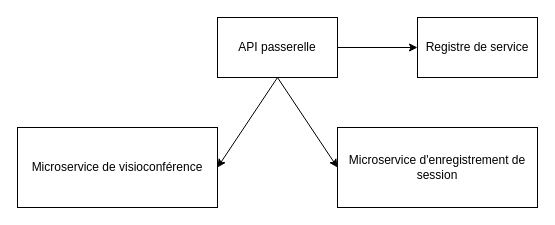
The draw.io diagram AplicativeArchitecture.drawio in cjour/audit_logistics, before the edit. Source tidied: cells renumbered, new cells numbered last; positions are measured from the earlier drawing's top-left corner, leaving out a move shared by most shapes. Both pictures are drawn from the tidied source at 100%, with x=0, y=0 at pixel (17, 17).
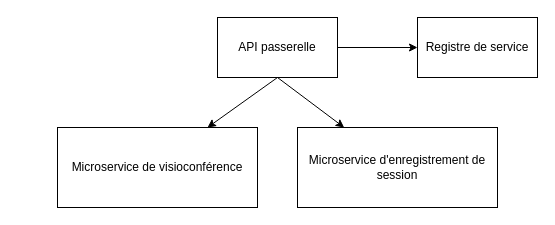
After the change.

Diff of the diagram source:
```diff
@@
 <mxGraphModel>
   <root>
     <mxCell id="0" />
     <mxCell id="1" parent="0" />
     <mxCell id="2" value="Microservice d'enregistrement de session" style="rounded=0;whiteSpace=wrap;html=1;" parent="1" vertex="1">
-      <mxGeometry x="320" y="110" width="200" height="80" as="geometry" />
+      <mxGeometry x="280" y="110" width="200" height="80" as="geometry" />
     </mxCell>
     <mxCell id="3" value="Microservice de visioconférence" style="rounded=0;whiteSpace=wrap;html=1;" parent="1" vertex="1">
-      <mxGeometry y="110" width="200" height="80" as="geometry" />
+      <mxGeometry x="40" y="110" width="200" height="80" as="geometry" />
     </mxCell>
     <mxCell id="4" value="API passerelle" style="rounded=0;whiteSpace=wrap;html=1;" parent="1" vertex="1">
       <mxGeometry x="200" width="120" height="60" as="geometry" />
     </mxCell>
-    <mxCell id="5" style="endArrow=classic;html=1;rounded=0;entryX=1;entryY=0.5;entryDx=0;entryDy=0;exitX=0.5;exitY=1;exitDx=0;exitDy=0;" parent="1" edge="1" source="4" target="3">
+    <mxCell id="5" style="endArrow=classic;html=1;rounded=0;entryX=0.75;entryY=0;entryDx=0;entryDy=0;exitX=0.5;exitY=1;exitDx=0;exitDy=0;" parent="1" edge="1" source="4" target="3">
       <mxGeometry relative="1" as="geometry" />
     </mxCell>
-    <mxCell id="6" style="endArrow=classic;html=1;rounded=0;entryX=0;entryY=0.5;entryDx=0;entryDy=0;exitX=0.5;exitY=1;exitDx=0;exitDy=0;" parent="1" edge="1" source="4" target="2">
+    <mxCell id="6" style="endArrow=classic;html=1;rounded=0;exitX=0.5;exitY=1;exitDx=0;exitDy=0;" parent="1" edge="1" source="4" target="2">
       <mxGeometry relative="1" as="geometry" />
     </mxCell>
     <mxCell id="7" value="Registre de service" style="rounded=0;whiteSpace=wrap;html=1;" parent="1" vertex="1">
       <mxGeometry x="400" width="120" height="60" as="geometry" />
     </mxCell>
     <mxCell id="8" style="endArrow=classic;html=1;rounded=0;entryX=0;entryY=0.5;entryDx=0;entryDy=0;exitX=1;exitY=0.5;exitDx=0;exitDy=0;" parent="1" edge="1" source="4" target="7">
       <mxGeometry relative="1" as="geometry" />
     </mxCell>
   </root>
 </mxGraphModel>
```
